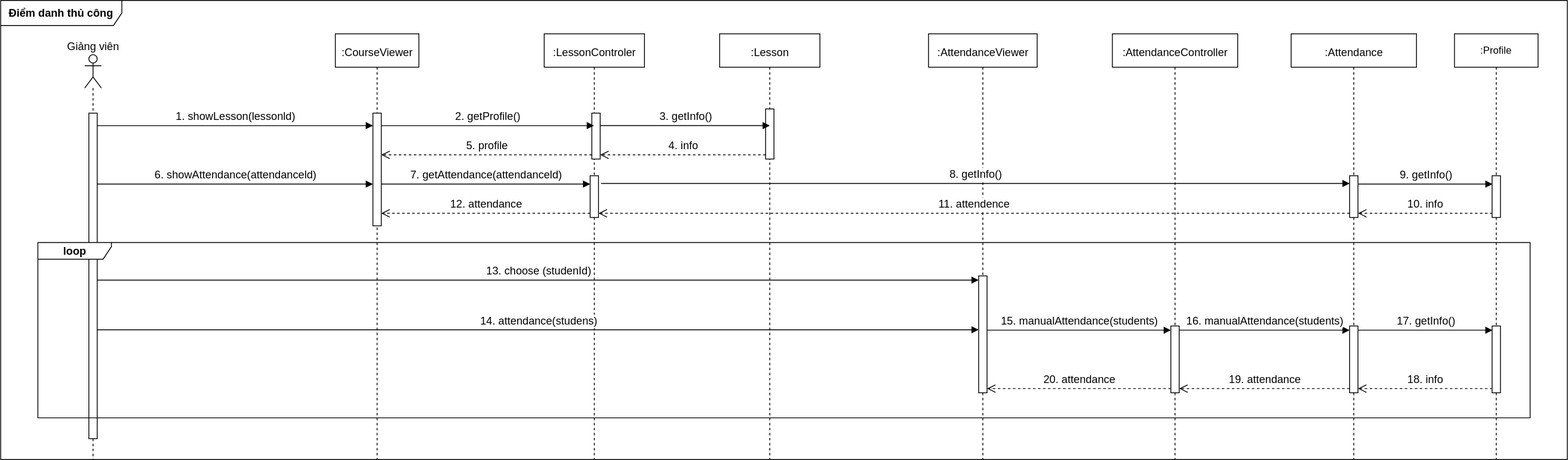
minh071289/AI_system keeps this draw.io diagram as DiemDanh_2/DiemDanhThuCong.drawio.svg. Above is the earlier version. Source tidied: cells renumbered, new cells last; positions are measured from the earlier drawing's top-left corner, leaving out a move shared by most shapes. Source of this version:
```xml
<mxGraphModel>
  <root>
    <mxCell id="0" />
    <mxCell id="1" parent="0" />
    <mxCell id="2" value="&lt;b&gt;Điểm danh thủ công&lt;/b&gt;" style="shape=umlFrame;whiteSpace=wrap;html=1;align=center;width=145;height=30;fontSize=13;swimlaneFillColor=default;" parent="1" vertex="1">
      <mxGeometry width="1875" height="550" as="geometry" />
    </mxCell>
    <mxCell id="3" value=":CourseViewer" style="shape=umlLifeline;perimeter=lifelinePerimeter;whiteSpace=wrap;html=1;newEdgeStyle={&quot;curved&quot;:0,&quot;rounded&quot;:0};spacingTop=3;spacing=3;fontSize=13;" parent="1" vertex="1">
      <mxGeometry x="400.5" y="40" width="100" height="510" as="geometry" />
    </mxCell>
    <mxCell id="4" style="html=1;points=[[0,0,0,0,5],[0,1,0,0,-5],[1,0,0,0,5],[1,1,0,0,-5]];perimeter=orthogonalPerimeter;outlineConnect=0;targetShapes=umlLifeline;portConstraint=eastwest;newEdgeStyle={&quot;curved&quot;:0,&quot;rounded&quot;:0};fontSize=13;" parent="3" vertex="1">
      <mxGeometry x="45" y="95" width="10" height="135" as="geometry" />
    </mxCell>
    <mxCell id="5" style="shape=umlLifeline;perimeter=lifelinePerimeter;whiteSpace=wrap;html=1;newEdgeStyle={&quot;curved&quot;:0,&quot;rounded&quot;:0};participant=umlActor;fontSize=13;" parent="1" vertex="1">
      <mxGeometry x="100.5" y="65" width="20" height="485" as="geometry" />
    </mxCell>
    <mxCell id="6" style="html=1;points=[[0,0,0,0,5],[0,1,0,0,-5],[1,0,0,0,5],[1,1,0,0,-5]];perimeter=orthogonalPerimeter;outlineConnect=0;targetShapes=umlLifeline;portConstraint=eastwest;newEdgeStyle={&quot;curved&quot;:0,&quot;rounded&quot;:0};fontSize=13;" parent="5" vertex="1">
      <mxGeometry x="5" y="70" width="10" height="390" as="geometry" />
    </mxCell>
    <mxCell id="7" value="&lt;span style=&quot;text-wrap-mode: nowrap;&quot;&gt;Giảng viên&lt;/span&gt;" style="text;strokeColor=none;align=center;fillColor=none;html=1;verticalAlign=middle;whiteSpace=wrap;rounded=0;fontSize=13;" parent="1" vertex="1">
      <mxGeometry x="80.5" y="40" width="60" height="30" as="geometry" />
    </mxCell>
    <mxCell id="8" value="1. showLesson(lessonld)" style="html=1;verticalAlign=bottom;endArrow=block;curved=0;rounded=0;fontSize=13;" parent="1" edge="1">
      <mxGeometry relative="1" as="geometry">
        <mxPoint x="115.5" y="150" as="sourcePoint" />
        <mxPoint x="445.5" y="150" as="targetPoint" />
        <Array as="points">
          <mxPoint x="260.5" y="150" />
          <mxPoint x="400.7" y="150" />
        </Array>
      </mxGeometry>
    </mxCell>
    <mxCell id="9" value="&lt;b&gt;loop&lt;/b&gt;" style="shape=umlFrame;whiteSpace=wrap;html=1;width=88;height=20;fontSize=13;" parent="1" vertex="1">
      <mxGeometry x="44.5" y="290" width="1786" height="210" as="geometry" />
    </mxCell>
    <mxCell id="10" value=":LessonControler" style="shape=umlLifeline;perimeter=lifelinePerimeter;whiteSpace=wrap;html=1;newEdgeStyle={&quot;curved&quot;:0,&quot;rounded&quot;:0};spacingTop=3;spacing=3;fontSize=13;" parent="1" vertex="1">
      <mxGeometry x="650.5" y="40" width="120" height="510" as="geometry" />
    </mxCell>
    <mxCell id="11" style="html=1;points=[[0,0,0,0,5],[0,1,0,0,-5],[1,0,0,0,5],[1,1,0,0,-5]];perimeter=orthogonalPerimeter;outlineConnect=0;targetShapes=umlLifeline;portConstraint=eastwest;newEdgeStyle={&quot;curved&quot;:0,&quot;rounded&quot;:0};fontSize=13;" parent="10" vertex="1">
      <mxGeometry x="57" y="95" width="10" height="55" as="geometry" />
    </mxCell>
    <mxCell id="12" style="html=1;points=[[0,0,0,0,5],[0,1,0,0,-5],[1,0,0,0,5],[1,1,0,0,-5]];perimeter=orthogonalPerimeter;outlineConnect=0;targetShapes=umlLifeline;portConstraint=eastwest;newEdgeStyle={&quot;curved&quot;:0,&quot;rounded&quot;:0};fontSize=13;" parent="10" vertex="1">
      <mxGeometry x="55" y="170" width="10" height="50" as="geometry" />
    </mxCell>
    <mxCell id="13" value="5. profile" style="html=1;verticalAlign=bottom;endArrow=open;dashed=1;endSize=8;curved=0;rounded=0;exitX=0;exitY=1;exitDx=0;exitDy=-5;fontSize=13;" parent="1" edge="1" source="11" target="4">
      <mxGeometry relative="1" as="geometry" />
    </mxCell>
    <mxCell id="14" value="2. getProfile()" style="html=1;verticalAlign=bottom;endArrow=block;curved=0;rounded=0;fontSize=13;" parent="1" edge="1">
      <mxGeometry relative="1" as="geometry">
        <mxPoint x="455.5" y="150" as="sourcePoint" />
        <mxPoint x="710" y="150" as="targetPoint" />
      </mxGeometry>
    </mxCell>
    <mxCell id="15" value=":Lesson" style="shape=umlLifeline;perimeter=lifelinePerimeter;whiteSpace=wrap;html=1;newEdgeStyle={&quot;curved&quot;:0,&quot;rounded&quot;:0};spacingTop=3;spacing=3;fontSize=13;" parent="1" vertex="1">
      <mxGeometry x="860.5" y="40" width="120" height="510" as="geometry" />
    </mxCell>
    <mxCell id="16" style="html=1;points=[[0,0,0,0,5],[0,1,0,0,-5],[1,0,0,0,5],[1,1,0,0,-5]];perimeter=orthogonalPerimeter;outlineConnect=0;targetShapes=umlLifeline;portConstraint=eastwest;newEdgeStyle={&quot;curved&quot;:0,&quot;rounded&quot;:0};fontSize=13;" parent="15" vertex="1">
      <mxGeometry x="55" y="90" width="10" height="60" as="geometry" />
    </mxCell>
    <mxCell id="17" value="6. showAttendance(attendanceld)" style="html=1;verticalAlign=bottom;endArrow=block;curved=0;rounded=0;fontSize=13;" parent="1" edge="1">
      <mxGeometry relative="1" as="geometry">
        <mxPoint x="115.5" y="220" as="sourcePoint" />
        <mxPoint x="445.5" y="220" as="targetPoint" />
        <Array as="points">
          <mxPoint x="290.5" y="220" />
        </Array>
      </mxGeometry>
    </mxCell>
    <mxCell id="18" value="7. getAttendance(attendanceld)" style="html=1;verticalAlign=bottom;endArrow=block;curved=0;rounded=0;entryX=0;entryY=0;entryDx=0;entryDy=5;fontSize=13;" parent="1" edge="1">
      <mxGeometry relative="1" as="geometry">
        <mxPoint x="455.5" y="220" as="sourcePoint" />
        <mxPoint x="705.5" y="220" as="targetPoint" />
      </mxGeometry>
    </mxCell>
    <mxCell id="19" value="12. attendance" style="html=1;verticalAlign=bottom;endArrow=open;dashed=1;endSize=8;curved=0;rounded=0;exitX=0;exitY=1;exitDx=0;exitDy=-5;fontSize=13;" parent="1" edge="1" source="12" target="4">
      <mxGeometry relative="1" as="geometry" />
    </mxCell>
    <mxCell id="20" value="4. info" style="html=1;verticalAlign=bottom;endArrow=open;dashed=1;endSize=8;curved=0;rounded=0;exitX=0;exitY=1;exitDx=0;exitDy=-5;fontSize=13;" parent="1" edge="1" source="16" target="11">
      <mxGeometry relative="1" as="geometry" />
    </mxCell>
    <mxCell id="21" value="3. getInfo()" style="html=1;verticalAlign=bottom;endArrow=block;curved=0;rounded=0;entryX=0.5;entryY=0.333;entryDx=0;entryDy=0;entryPerimeter=0;fontSize=13;" parent="1" edge="1" source="11" target="16">
      <mxGeometry relative="1" as="geometry" />
    </mxCell>
    <mxCell id="22" value=":AttendanceViewer" style="shape=umlLifeline;perimeter=lifelinePerimeter;whiteSpace=wrap;html=1;newEdgeStyle={&quot;curved&quot;:0,&quot;rounded&quot;:0};spacingTop=3;spacing=3;fontSize=13;" parent="1" vertex="1">
      <mxGeometry x="1110.5" y="40" width="130" height="510" as="geometry" />
    </mxCell>
    <mxCell id="23" style="html=1;points=[[0,0,0,0,5],[0,1,0,0,-5],[1,0,0,0,5],[1,1,0,0,-5]];perimeter=orthogonalPerimeter;outlineConnect=0;targetShapes=umlLifeline;portConstraint=eastwest;newEdgeStyle={&quot;curved&quot;:0,&quot;rounded&quot;:0};fontSize=13;" parent="22" vertex="1">
      <mxGeometry x="60" y="290" width="10" height="140" as="geometry" />
    </mxCell>
    <mxCell id="24" value=":AttendanceController" style="shape=umlLifeline;perimeter=lifelinePerimeter;whiteSpace=wrap;html=1;newEdgeStyle={&quot;curved&quot;:0,&quot;rounded&quot;:0};spacingTop=3;spacing=3;fontSize=13;" parent="1" vertex="1">
      <mxGeometry x="1330.5" y="40" width="150" height="510" as="geometry" />
    </mxCell>
    <mxCell id="25" style="html=1;points=[[0,0,0,0,5],[0,1,0,0,-5],[1,0,0,0,5],[1,1,0,0,-5]];perimeter=orthogonalPerimeter;outlineConnect=0;targetShapes=umlLifeline;portConstraint=eastwest;newEdgeStyle={&quot;curved&quot;:0,&quot;rounded&quot;:0};fontSize=13;" parent="24" vertex="1">
      <mxGeometry x="70" y="350" width="10" height="80" as="geometry" />
    </mxCell>
    <mxCell id="26" value=":Attendance" style="shape=umlLifeline;perimeter=lifelinePerimeter;whiteSpace=wrap;html=1;newEdgeStyle={&quot;curved&quot;:0,&quot;rounded&quot;:0};spacingTop=3;spacing=3;fontSize=13;" parent="1" vertex="1">
      <mxGeometry x="1544.5" y="40" width="150" height="510" as="geometry" />
    </mxCell>
    <mxCell id="27" style="html=1;points=[[0,0,0,0,5],[0,1,0,0,-5],[1,0,0,0,5],[1,1,0,0,-5]];perimeter=orthogonalPerimeter;outlineConnect=0;targetShapes=umlLifeline;portConstraint=eastwest;newEdgeStyle={&quot;curved&quot;:0,&quot;rounded&quot;:0};fontSize=13;" parent="26" vertex="1">
      <mxGeometry x="70" y="170" width="10" height="50" as="geometry" />
    </mxCell>
    <mxCell id="28" style="html=1;points=[[0,0,0,0,5],[0,1,0,0,-5],[1,0,0,0,5],[1,1,0,0,-5]];perimeter=orthogonalPerimeter;outlineConnect=0;targetShapes=umlLifeline;portConstraint=eastwest;newEdgeStyle={&quot;curved&quot;:0,&quot;rounded&quot;:0};fontSize=13;" parent="26" vertex="1">
      <mxGeometry x="70" y="350" width="10" height="80" as="geometry" />
    </mxCell>
    <mxCell id="29" value="8. getInfo()" style="html=1;verticalAlign=bottom;endArrow=block;curved=0;rounded=0;exitX=1.3;exitY=0.186;exitDx=0;exitDy=0;exitPerimeter=0;fontSize=13;" parent="1" edge="1" source="12" target="27">
      <mxGeometry relative="1" as="geometry" />
    </mxCell>
    <mxCell id="30" value="9. getInfo()" style="html=1;verticalAlign=bottom;endArrow=block;curved=0;rounded=0;fontSize=13;" parent="1" edge="1">
      <mxGeometry relative="1" as="geometry">
        <mxPoint x="1624.5" y="220" as="sourcePoint" />
        <mxPoint x="1785.5" y="220" as="targetPoint" />
      </mxGeometry>
    </mxCell>
    <mxCell id="31" value="10. info" style="html=1;verticalAlign=bottom;endArrow=open;dashed=1;endSize=8;curved=0;rounded=0;exitX=0;exitY=1;exitDx=0;exitDy=-5;exitPerimeter=0;entryX=1;entryY=1;entryDx=0;entryDy=-5;entryPerimeter=0;fontSize=13;" parent="1" edge="1" target="27">
      <mxGeometry relative="1" as="geometry">
        <mxPoint x="1785.5" y="255" as="sourcePoint" />
      </mxGeometry>
    </mxCell>
    <mxCell id="32" value="11. attendence" style="html=1;verticalAlign=bottom;endArrow=open;dashed=1;endSize=8;curved=0;rounded=0;exitX=0;exitY=1;exitDx=0;exitDy=-5;exitPerimeter=0;fontSize=13;" parent="1" edge="1" source="27" target="12">
      <mxGeometry relative="1" as="geometry" />
    </mxCell>
    <mxCell id="33" value="17. getInfo()" style="html=1;verticalAlign=bottom;endArrow=block;curved=0;rounded=0;entryX=0;entryY=0;entryDx=0;entryDy=5;exitX=1;exitY=0;exitDx=0;exitDy=5;exitPerimeter=0;fontSize=13;" parent="1" edge="1" source="28">
      <mxGeometry relative="1" as="geometry">
        <mxPoint x="1785.5" y="395" as="targetPoint" />
      </mxGeometry>
    </mxCell>
    <mxCell id="34" value="18. info" style="html=1;verticalAlign=bottom;endArrow=open;dashed=1;endSize=8;curved=0;rounded=0;exitX=0;exitY=1;exitDx=0;exitDy=-5;entryX=1;entryY=1;entryDx=0;entryDy=-5;entryPerimeter=0;fontSize=13;" parent="1" edge="1" target="28">
      <mxGeometry relative="1" as="geometry">
        <mxPoint x="1785.5" y="465" as="sourcePoint" />
      </mxGeometry>
    </mxCell>
    <mxCell id="35" value="19. attendance" style="html=1;verticalAlign=bottom;endArrow=open;dashed=1;endSize=8;curved=0;rounded=0;exitX=0;exitY=1;exitDx=0;exitDy=-5;entryX=1;entryY=1;entryDx=0;entryDy=-5;entryPerimeter=0;fontSize=13;" parent="1" edge="1" source="28" target="25">
      <mxGeometry relative="1" as="geometry" />
    </mxCell>
    <mxCell id="36" value="16. manualAttendance(students)" style="html=1;verticalAlign=bottom;endArrow=block;curved=0;rounded=0;entryX=0;entryY=0;entryDx=0;entryDy=5;exitX=1;exitY=0;exitDx=0;exitDy=5;exitPerimeter=0;fontSize=13;" parent="1" edge="1" source="25" target="28">
      <mxGeometry relative="1" as="geometry" />
    </mxCell>
    <mxCell id="37" value="20. attendance" style="html=1;verticalAlign=bottom;endArrow=open;dashed=1;endSize=8;curved=0;rounded=0;exitX=0;exitY=1;exitDx=0;exitDy=-5;entryX=1;entryY=1;entryDx=0;entryDy=-5;entryPerimeter=0;fontSize=13;" parent="1" edge="1" source="25" target="23">
      <mxGeometry relative="1" as="geometry" />
    </mxCell>
    <mxCell id="38" value="15. manualAttendance(students)" style="html=1;verticalAlign=bottom;endArrow=block;curved=0;rounded=0;entryX=0;entryY=0;entryDx=0;entryDy=5;fontSize=13;" parent="1" edge="1" source="23" target="25">
      <mxGeometry relative="1" as="geometry" />
    </mxCell>
    <mxCell id="39" value="13. choose (studenId)" style="html=1;verticalAlign=bottom;endArrow=block;curved=0;rounded=0;entryX=0;entryY=0;entryDx=0;entryDy=5;entryPerimeter=0;fontSize=13;" parent="1" edge="1" source="6" target="23">
      <mxGeometry relative="1" as="geometry" />
    </mxCell>
    <mxCell id="40" value="14. attendance(studens)" style="html=1;verticalAlign=bottom;endArrow=block;curved=0;rounded=0;fontSize=13;" parent="1" edge="1" source="6">
      <mxGeometry relative="1" as="geometry">
        <mxPoint x="1170.5" y="394.5" as="targetPoint" />
      </mxGeometry>
    </mxCell>
    <mxCell id="41" value=":Profile" style="shape=umlLifeline;perimeter=lifelinePerimeter;whiteSpace=wrap;html=1;newEdgeStyle={&quot;curved&quot;:0,&quot;rounded&quot;:0};" parent="1" vertex="1">
      <mxGeometry x="1740" y="40" width="100" height="510" as="geometry" />
    </mxCell>
    <mxCell id="42" style="html=1;perimeter=orthogonalPerimeter;targetShapes=umlLifeline;newEdgeStyle={&quot;curved&quot;:0,&quot;rounded&quot;:0};" parent="41" vertex="1">
      <mxGeometry x="45" y="170" width="10" height="50" as="geometry" />
    </mxCell>
    <mxCell id="43" style="html=1;perimeter=orthogonalPerimeter;targetShapes=umlLifeline;newEdgeStyle={&quot;curved&quot;:0,&quot;rounded&quot;:0};" parent="41" vertex="1">
      <mxGeometry x="45" y="350" width="10" height="80" as="geometry" />
    </mxCell>
  </root>
</mxGraphModel>
```
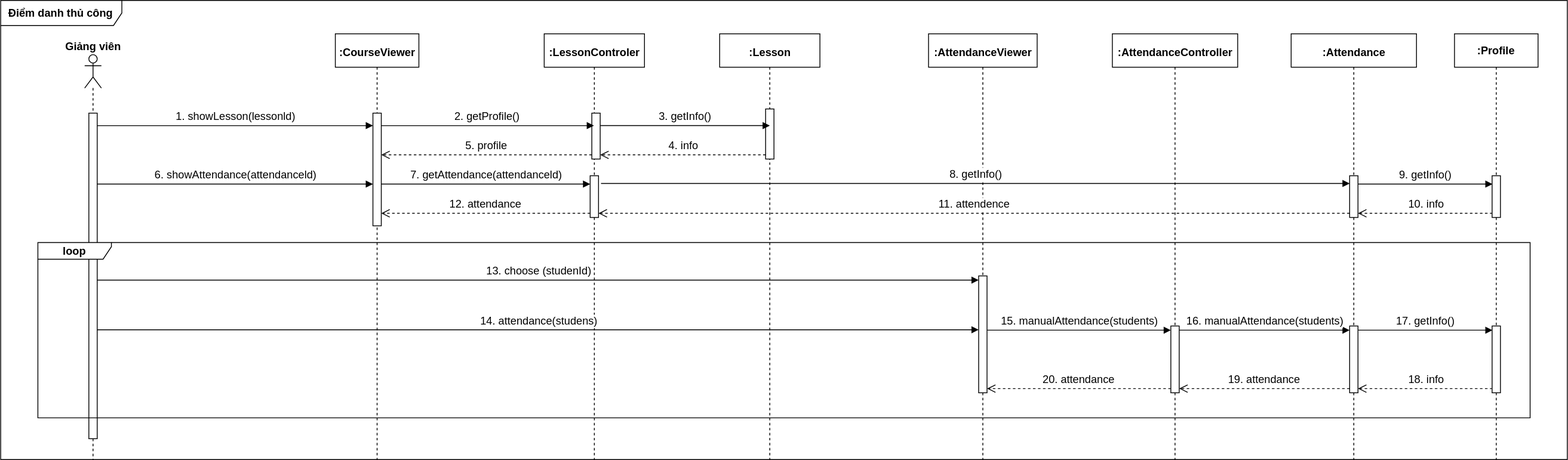
Later version of the same file.

Diff of the diagram source:
```diff
@@ -5,7 +5,7 @@
     <mxCell id="2" value="&lt;b&gt;Điểm danh thủ công&lt;/b&gt;" style="shape=umlFrame;whiteSpace=wrap;html=1;align=center;width=145;height=30;fontSize=13;swimlaneFillColor=default;" parent="1" vertex="1">
       <mxGeometry width="1875" height="550" as="geometry" />
     </mxCell>
-    <mxCell id="3" value=":CourseViewer" style="shape=umlLifeline;perimeter=lifelinePerimeter;whiteSpace=wrap;html=1;newEdgeStyle={&quot;curved&quot;:0,&quot;rounded&quot;:0};spacingTop=3;spacing=3;fontSize=13;" parent="1" vertex="1">
+    <mxCell id="3" value="&lt;b&gt;:CourseViewer&lt;/b&gt;" style="shape=umlLifeline;perimeter=lifelinePerimeter;whiteSpace=wrap;html=1;newEdgeStyle={&quot;curved&quot;:0,&quot;rounded&quot;:0};spacingTop=3;spacing=3;fontSize=13;" parent="1" vertex="1">
       <mxGeometry x="400.5" y="40" width="100" height="510" as="geometry" />
     </mxCell>
     <mxCell id="4" style="html=1;points=[[0,0,0,0,5],[0,1,0,0,-5],[1,0,0,0,5],[1,1,0,0,-5]];perimeter=orthogonalPerimeter;outlineConnect=0;targetShapes=umlLifeline;portConstraint=eastwest;newEdgeStyle={&quot;curved&quot;:0,&quot;rounded&quot;:0};fontSize=13;" parent="3" vertex="1">
@@ -17,7 +17,7 @@
     <mxCell id="6" style="html=1;points=[[0,0,0,0,5],[0,1,0,0,-5],[1,0,0,0,5],[1,1,0,0,-5]];perimeter=orthogonalPerimeter;outlineConnect=0;targetShapes=umlLifeline;portConstraint=eastwest;newEdgeStyle={&quot;curved&quot;:0,&quot;rounded&quot;:0};fontSize=13;" parent="5" vertex="1">
       <mxGeometry x="5" y="70" width="10" height="390" as="geometry" />
     </mxCell>
-    <mxCell id="7" value="&lt;span style=&quot;text-wrap-mode: nowrap;&quot;&gt;Giảng viên&lt;/span&gt;" style="text;strokeColor=none;align=center;fillColor=none;html=1;verticalAlign=middle;whiteSpace=wrap;rounded=0;fontSize=13;" parent="1" vertex="1">
+    <mxCell id="7" value="&lt;span style=&quot;text-wrap-mode: nowrap;&quot;&gt;&lt;b&gt;Giảng viên&lt;/b&gt;&lt;/span&gt;" style="text;strokeColor=none;align=center;fillColor=none;html=1;verticalAlign=middle;whiteSpace=wrap;rounded=0;fontSize=13;" parent="1" vertex="1">
       <mxGeometry x="80.5" y="40" width="60" height="30" as="geometry" />
     </mxCell>
     <mxCell id="8" value="1. showLesson(lessonld)" style="html=1;verticalAlign=bottom;endArrow=block;curved=0;rounded=0;fontSize=13;" parent="1" edge="1">
@@ -33,7 +33,7 @@
     <mxCell id="9" value="&lt;b&gt;loop&lt;/b&gt;" style="shape=umlFrame;whiteSpace=wrap;html=1;width=88;height=20;fontSize=13;" parent="1" vertex="1">
       <mxGeometry x="44.5" y="290" width="1786" height="210" as="geometry" />
     </mxCell>
-    <mxCell id="10" value=":LessonControler" style="shape=umlLifeline;perimeter=lifelinePerimeter;whiteSpace=wrap;html=1;newEdgeStyle={&quot;curved&quot;:0,&quot;rounded&quot;:0};spacingTop=3;spacing=3;fontSize=13;" parent="1" vertex="1">
+    <mxCell id="10" value="&lt;b&gt;:LessonControler&lt;/b&gt;" style="shape=umlLifeline;perimeter=lifelinePerimeter;whiteSpace=wrap;html=1;newEdgeStyle={&quot;curved&quot;:0,&quot;rounded&quot;:0};spacingTop=3;spacing=3;fontSize=13;" parent="1" vertex="1">
       <mxGeometry x="650.5" y="40" width="120" height="510" as="geometry" />
     </mxCell>
     <mxCell id="11" style="html=1;points=[[0,0,0,0,5],[0,1,0,0,-5],[1,0,0,0,5],[1,1,0,0,-5]];perimeter=orthogonalPerimeter;outlineConnect=0;targetShapes=umlLifeline;portConstraint=eastwest;newEdgeStyle={&quot;curved&quot;:0,&quot;rounded&quot;:0};fontSize=13;" parent="10" vertex="1">
@@ -51,7 +51,7 @@
         <mxPoint x="710" y="150" as="targetPoint" />
       </mxGeometry>
     </mxCell>
-    <mxCell id="15" value=":Lesson" style="shape=umlLifeline;perimeter=lifelinePerimeter;whiteSpace=wrap;html=1;newEdgeStyle={&quot;curved&quot;:0,&quot;rounded&quot;:0};spacingTop=3;spacing=3;fontSize=13;" parent="1" vertex="1">
+    <mxCell id="15" value="&lt;b&gt;:Lesson&lt;/b&gt;" style="shape=umlLifeline;perimeter=lifelinePerimeter;whiteSpace=wrap;html=1;newEdgeStyle={&quot;curved&quot;:0,&quot;rounded&quot;:0};spacingTop=3;spacing=3;fontSize=13;" parent="1" vertex="1">
       <mxGeometry x="860.5" y="40" width="120" height="510" as="geometry" />
     </mxCell>
     <mxCell id="16" style="html=1;points=[[0,0,0,0,5],[0,1,0,0,-5],[1,0,0,0,5],[1,1,0,0,-5]];perimeter=orthogonalPerimeter;outlineConnect=0;targetShapes=umlLifeline;portConstraint=eastwest;newEdgeStyle={&quot;curved&quot;:0,&quot;rounded&quot;:0};fontSize=13;" parent="15" vertex="1">
@@ -81,19 +81,19 @@
     <mxCell id="21" value="3. getInfo()" style="html=1;verticalAlign=bottom;endArrow=block;curved=0;rounded=0;entryX=0.5;entryY=0.333;entryDx=0;entryDy=0;entryPerimeter=0;fontSize=13;" parent="1" edge="1" source="11" target="16">
       <mxGeometry relative="1" as="geometry" />
     </mxCell>
-    <mxCell id="22" value=":AttendanceViewer" style="shape=umlLifeline;perimeter=lifelinePerimeter;whiteSpace=wrap;html=1;newEdgeStyle={&quot;curved&quot;:0,&quot;rounded&quot;:0};spacingTop=3;spacing=3;fontSize=13;" parent="1" vertex="1">
+    <mxCell id="22" value="&lt;b&gt;:AttendanceViewer&lt;/b&gt;" style="shape=umlLifeline;perimeter=lifelinePerimeter;whiteSpace=wrap;html=1;newEdgeStyle={&quot;curved&quot;:0,&quot;rounded&quot;:0};spacingTop=3;spacing=3;fontSize=13;" parent="1" vertex="1">
       <mxGeometry x="1110.5" y="40" width="130" height="510" as="geometry" />
     </mxCell>
     <mxCell id="23" style="html=1;points=[[0,0,0,0,5],[0,1,0,0,-5],[1,0,0,0,5],[1,1,0,0,-5]];perimeter=orthogonalPerimeter;outlineConnect=0;targetShapes=umlLifeline;portConstraint=eastwest;newEdgeStyle={&quot;curved&quot;:0,&quot;rounded&quot;:0};fontSize=13;" parent="22" vertex="1">
       <mxGeometry x="60" y="290" width="10" height="140" as="geometry" />
     </mxCell>
-    <mxCell id="24" value=":AttendanceController" style="shape=umlLifeline;perimeter=lifelinePerimeter;whiteSpace=wrap;html=1;newEdgeStyle={&quot;curved&quot;:0,&quot;rounded&quot;:0};spacingTop=3;spacing=3;fontSize=13;" parent="1" vertex="1">
+    <mxCell id="24" value="&lt;b&gt;:AttendanceController&lt;/b&gt;" style="shape=umlLifeline;perimeter=lifelinePerimeter;whiteSpace=wrap;html=1;newEdgeStyle={&quot;curved&quot;:0,&quot;rounded&quot;:0};spacingTop=3;spacing=3;fontSize=13;" parent="1" vertex="1">
       <mxGeometry x="1330.5" y="40" width="150" height="510" as="geometry" />
     </mxCell>
     <mxCell id="25" style="html=1;points=[[0,0,0,0,5],[0,1,0,0,-5],[1,0,0,0,5],[1,1,0,0,-5]];perimeter=orthogonalPerimeter;outlineConnect=0;targetShapes=umlLifeline;portConstraint=eastwest;newEdgeStyle={&quot;curved&quot;:0,&quot;rounded&quot;:0};fontSize=13;" parent="24" vertex="1">
       <mxGeometry x="70" y="350" width="10" height="80" as="geometry" />
     </mxCell>
-    <mxCell id="26" value=":Attendance" style="shape=umlLifeline;perimeter=lifelinePerimeter;whiteSpace=wrap;html=1;newEdgeStyle={&quot;curved&quot;:0,&quot;rounded&quot;:0};spacingTop=3;spacing=3;fontSize=13;" parent="1" vertex="1">
+    <mxCell id="26" value="&lt;b&gt;:Attendance&lt;/b&gt;" style="shape=umlLifeline;perimeter=lifelinePerimeter;whiteSpace=wrap;html=1;newEdgeStyle={&quot;curved&quot;:0,&quot;rounded&quot;:0};spacingTop=3;spacing=3;fontSize=13;" parent="1" vertex="1">
       <mxGeometry x="1544.5" y="40" width="150" height="510" as="geometry" />
     </mxCell>
     <mxCell id="27" style="html=1;points=[[0,0,0,0,5],[0,1,0,0,-5],[1,0,0,0,5],[1,1,0,0,-5]];perimeter=orthogonalPerimeter;outlineConnect=0;targetShapes=umlLifeline;portConstraint=eastwest;newEdgeStyle={&quot;curved&quot;:0,&quot;rounded&quot;:0};fontSize=13;" parent="26" vertex="1">
@@ -149,7 +149,7 @@
         <mxPoint x="1170.5" y="394.5" as="targetPoint" />
       </mxGeometry>
     </mxCell>
-    <mxCell id="41" value=":Profile" style="shape=umlLifeline;perimeter=lifelinePerimeter;whiteSpace=wrap;html=1;newEdgeStyle={&quot;curved&quot;:0,&quot;rounded&quot;:0};" parent="1" vertex="1">
+    <mxCell id="41" value="&lt;b&gt;&lt;font style=&quot;font-size: 13px;&quot;&gt;:Profile&lt;/font&gt;&lt;/b&gt;" style="shape=umlLifeline;perimeter=lifelinePerimeter;whiteSpace=wrap;html=1;newEdgeStyle={&quot;curved&quot;:0,&quot;rounded&quot;:0};" parent="1" vertex="1">
       <mxGeometry x="1740" y="40" width="100" height="510" as="geometry" />
     </mxCell>
     <mxCell id="42" style="html=1;perimeter=orthogonalPerimeter;targetShapes=umlLifeline;newEdgeStyle={&quot;curved&quot;:0,&quot;rounded&quot;:0};" parent="41" vertex="1">
```
